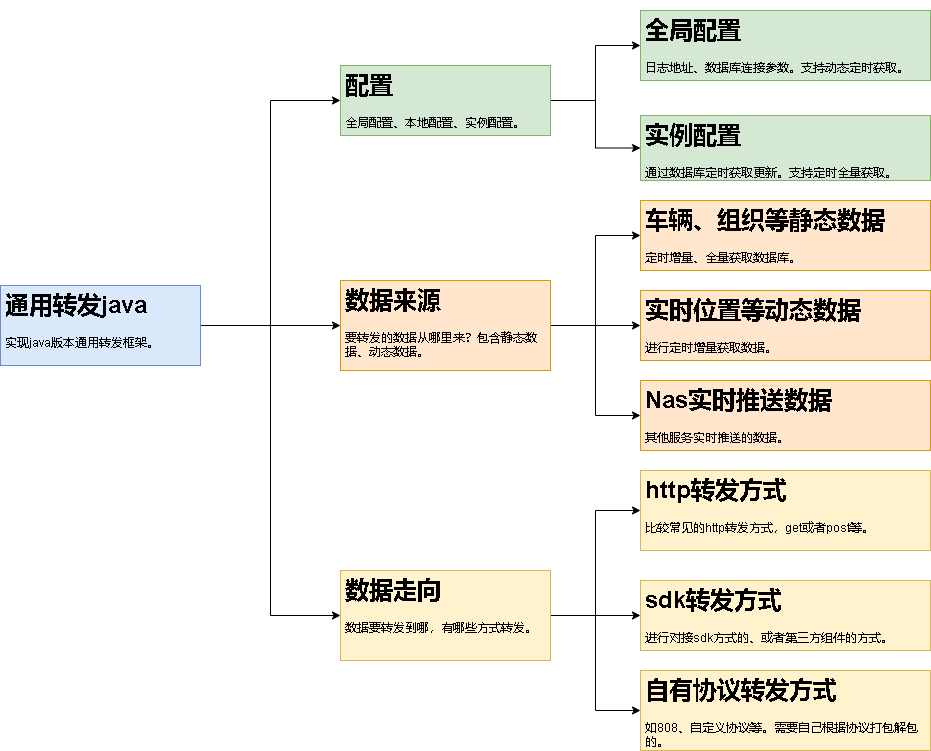
Earlier version of the draw.io export 通用转发java.drawio.png (xktder/draw). Source tidied: cells renumbered, new cells last; positions are measured from the earlier drawing's top-left corner, leaving out a move shared by most shapes.
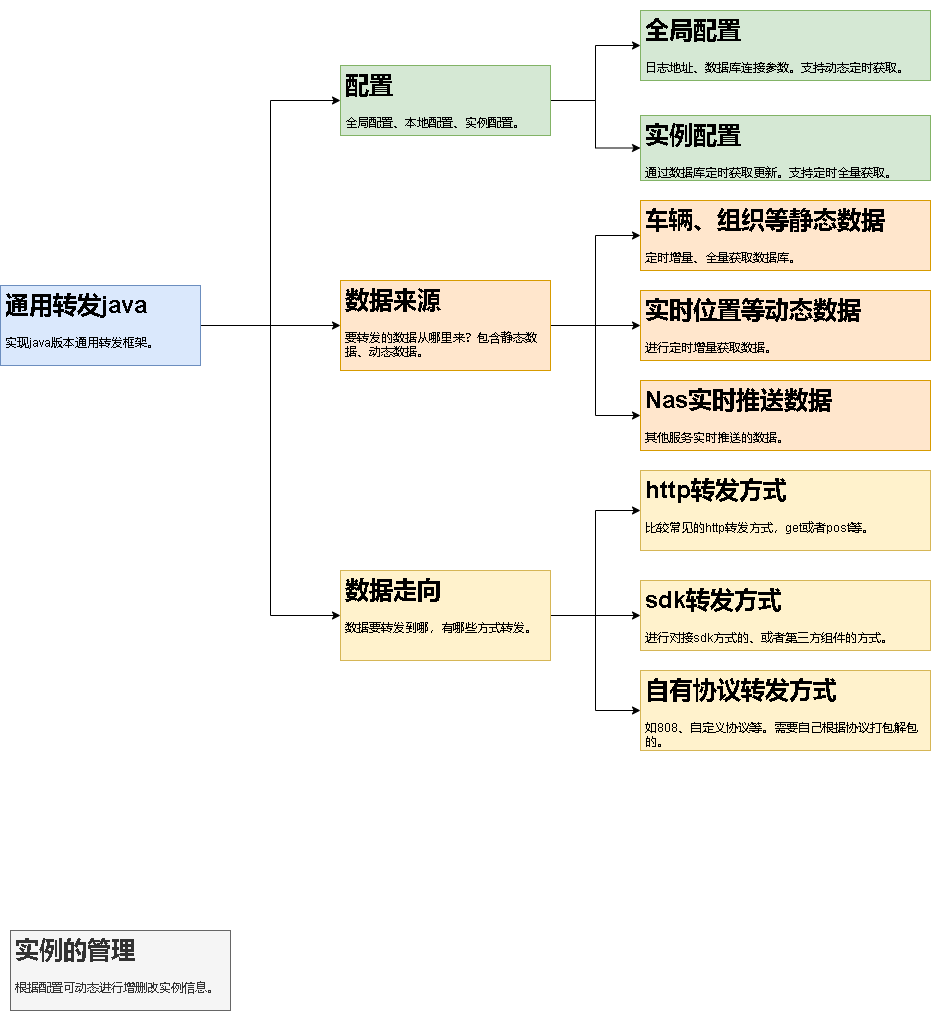
Later version of the same file.

Commit message:
更新通用转发java.drawio.png

The edit, as a diff of the source:
```diff
@@ -71,5 +71,8 @@
     <mxCell id="24" value="&lt;h1&gt;Nas实时推送数据&lt;/h1&gt;&lt;div&gt;其他服务实时推送的数据。&lt;/div&gt;" style="text;html=1;spacing=5;spacingTop=-20;whiteSpace=wrap;overflow=hidden;rounded=0;fillColor=#ffe6cc;strokeColor=#d79b00;" parent="1" vertex="1">
       <mxGeometry x="640" y="370" width="290" height="70" as="geometry" />
     </mxCell>
+    <mxCell id="25" value="&lt;h1&gt;实例的管理&lt;/h1&gt;&lt;p&gt;根据配置可动态进行增删改实例信息。&lt;/p&gt;" style="text;html=1;strokeColor=#666666;fillColor=#f5f5f5;spacing=5;spacingTop=-20;whiteSpace=wrap;overflow=hidden;rounded=0;fontColor=#333333;" parent="1" vertex="1">
+      <mxGeometry x="10" y="920" width="220" height="80" as="geometry" />
+    </mxCell>
   </root>
 </mxGraphModel>
```
